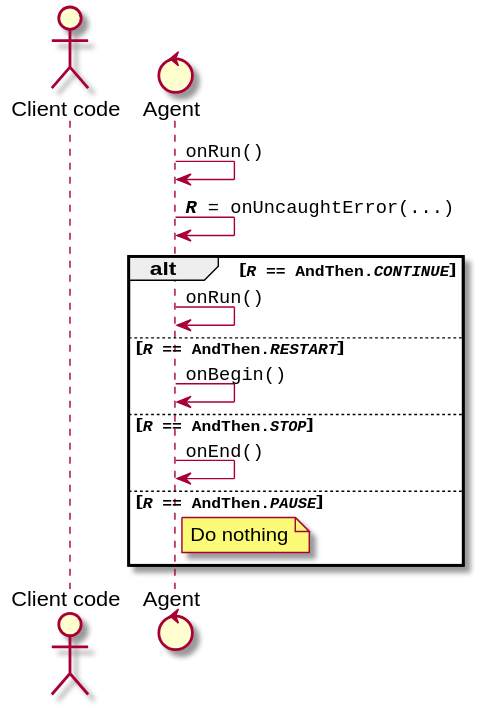
Above: img/exceptional-flow-2.svg in pikalab-unibo/sd-lab-building-agents (PlantUML), before the change.
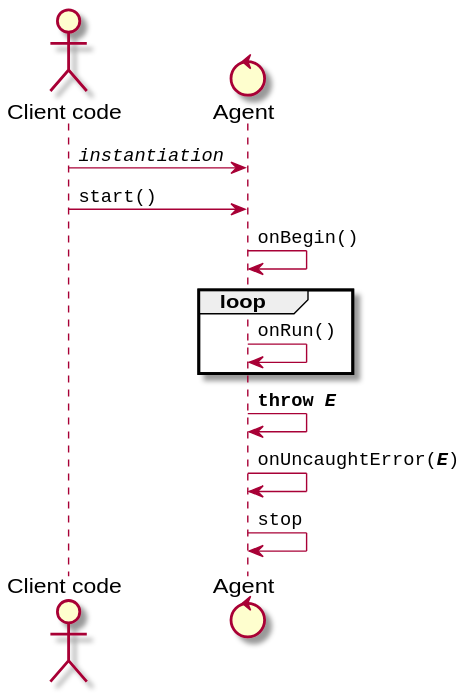
The same file after the commit.

Change to the diagram source:
```diff
@@ -2,27 +2,19 @@
 actor "Client code" as C
 control "Agent" as A
 
-A -> A : ""onRun()""
+C -> A : ""//instantiation//""
 
-A -> A : ""**//R//** = onUncaughtError(...)""
-
-alt ""**//R//** == AndThen.//CONTINUE//""
-
-A -> A : ""onRun()""
-
-else ""**//R//** == AndThen.//RESTART//""
+C -> A : ""start()""
 
 A -> A : ""onBegin()""
 
-else ""**//R//** == AndThen.//STOP//""
+loop
+A -> A : ""onRun()""
+end
 
-A -> A : ""onEnd()""
+A -> A : ""**throw //E//**""
 
-else ""**//R//** == AndThen.//PAUSE//""
+A -> A : ""onUncaughtError(**//E//**)""
 
-note right of A
-Do nothing
-end note
-
-end
+A -> A : ""stop""
 @enduml
```
